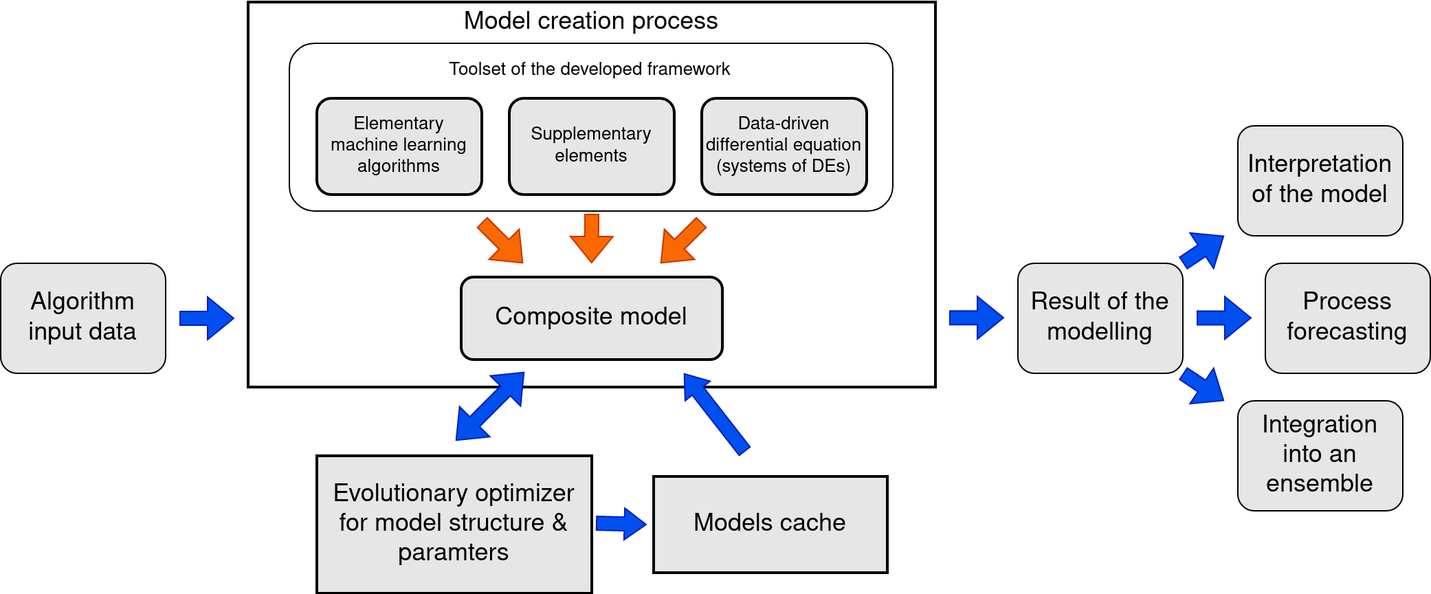
Above: Alg_scheme.drawio.png in ITMO-NSS-team/DynamicModelDesign (draw.io), before the change. Source tidied: cells renumbered, new cells last; positions are measured from the earlier drawing's top-left corner, leaving out a move shared by most shapes. The source it was exported from:
```xml
<mxGraphModel>
  <root>
    <mxCell id="0" />
    <mxCell id="1" parent="0" />
    <mxCell id="2" style="rounded=0;whiteSpace=wrap;html=1;strokeWidth=2;fillColor=none;" parent="1" vertex="1">
      <mxGeometry x="180" width="500" height="280" as="geometry" />
    </mxCell>
    <mxCell id="3" style="rounded=1;whiteSpace=wrap;html=1;strokeWidth=1;fontSize=18;" parent="1" vertex="1">
      <mxGeometry x="210" y="30" width="439" height="122" as="geometry" />
    </mxCell>
    <mxCell id="4" value="Elementary machine learning algorithms " style="rounded=1;whiteSpace=wrap;html=1;strokeWidth=2;fontSize=13;fillColor=#E6E6E6;" parent="1" vertex="1">
      <mxGeometry x="230" y="70" width="120" height="70" as="geometry" />
    </mxCell>
    <mxCell id="5" value="Supplementary elements" style="rounded=1;whiteSpace=wrap;html=1;strokeWidth=2;fontSize=13;fillColor=#E6E6E6;" parent="1" vertex="1">
      <mxGeometry x="370" y="70" width="120" height="70" as="geometry" />
    </mxCell>
    <mxCell id="6" value="Data-driven differential equation (systems of DEs)" style="rounded=1;whiteSpace=wrap;html=1;strokeWidth=2;fontSize=13;fillColor=#E6E6E6;" parent="1" vertex="1">
      <mxGeometry x="510" y="70" width="120" height="70" as="geometry" />
    </mxCell>
    <mxCell id="7" value="&lt;font style=&quot;font-size: 18px;&quot;&gt;Model creation process&lt;/font&gt;" style="text;html=1;strokeColor=none;fillColor=none;align=center;verticalAlign=middle;whiteSpace=wrap;rounded=0;strokeWidth=2;" parent="1" vertex="1">
      <mxGeometry x="297" width="266" height="30" as="geometry" />
    </mxCell>
    <mxCell id="8" value="&lt;font style=&quot;font-size: 18px;&quot;&gt;Composite model&lt;br&gt;&lt;/font&gt;" style="rounded=1;whiteSpace=wrap;html=1;strokeWidth=2;fontSize=18;fillColor=#E6E6E6;" parent="1" vertex="1">
      <mxGeometry x="335" y="200" width="190" height="60" as="geometry" />
    </mxCell>
    <mxCell id="9" style="shape=flexArrow;endArrow=classic;html=1;rounded=0;fontSize=18;fillColor=#fa6800;strokeColor=#C73500;" parent="1" edge="1">
      <mxGeometry relative="1" as="geometry">
        <mxPoint x="350" y="160" as="sourcePoint" />
        <mxPoint x="380" y="190" as="targetPoint" />
      </mxGeometry>
    </mxCell>
    <mxCell id="10" style="shape=flexArrow;endArrow=classic;html=1;rounded=0;fontSize=18;fillColor=#fa6800;strokeColor=#C73500;" parent="1" edge="1">
      <mxGeometry relative="1" as="geometry">
        <mxPoint x="510" y="160" as="sourcePoint" />
        <mxPoint x="480" y="190" as="targetPoint" />
      </mxGeometry>
    </mxCell>
    <mxCell id="11" style="shape=flexArrow;endArrow=classic;html=1;rounded=0;fontSize=18;fillColor=#fa6800;strokeColor=#C73500;" parent="1" edge="1">
      <mxGeometry relative="1" as="geometry">
        <mxPoint x="430" y="154" as="sourcePoint" />
        <mxPoint x="429.8" y="190" as="targetPoint" />
      </mxGeometry>
    </mxCell>
    <mxCell id="12" value="Evolutionary optimizer for model structure &amp;amp; paramters" style="rounded=0;whiteSpace=wrap;html=1;strokeWidth=2;fontSize=18;fillColor=#E6E6E6;" parent="1" vertex="1">
      <mxGeometry x="230" y="330" width="200" height="100" as="geometry" />
    </mxCell>
    <mxCell id="13" value="Models cache" style="rounded=0;whiteSpace=wrap;html=1;strokeWidth=2;fontSize=18;fillColor=#E6E6E6;" parent="1" vertex="1">
      <mxGeometry x="475" y="345" width="170" height="70" as="geometry" />
    </mxCell>
    <mxCell id="14" style="shape=flexArrow;endArrow=classic;startArrow=classic;html=1;rounded=0;fontSize=18;fillColor=#0050ef;strokeColor=#001DBC;" parent="1" edge="1">
      <mxGeometry relative="1" as="geometry">
        <mxPoint x="331" y="319" as="sourcePoint" />
        <mxPoint x="381" y="269" as="targetPoint" />
      </mxGeometry>
    </mxCell>
    <mxCell id="15" style="shape=flexArrow;endArrow=classic;html=1;rounded=0;fontSize=18;fillColor=#0050ef;strokeColor=#001DBC;endWidth=12;endSize=4.92;" parent="1" edge="1">
      <mxGeometry relative="1" as="geometry">
        <mxPoint x="433" y="379" as="sourcePoint" />
        <mxPoint x="470" y="380" as="targetPoint" />
      </mxGeometry>
    </mxCell>
    <mxCell id="16" style="shape=flexArrow;endArrow=classic;html=1;rounded=0;fontSize=18;fillColor=#0050ef;strokeColor=#001DBC;endWidth=12;endSize=4.92;" parent="1" edge="1">
      <mxGeometry relative="1" as="geometry">
        <mxPoint x="541.5" y="327" as="sourcePoint" />
        <mxPoint x="497" y="270" as="targetPoint" />
      </mxGeometry>
    </mxCell>
    <mxCell id="17" value="&lt;font style=&quot;font-size: 13px;&quot;&gt;Toolset of the developed framework&lt;/font&gt;" style="text;html=1;strokeColor=none;fillColor=none;align=center;verticalAlign=middle;whiteSpace=wrap;rounded=0;strokeWidth=2;" parent="1" vertex="1">
      <mxGeometry x="296" y="35" width="266" height="30" as="geometry" />
    </mxCell>
    <mxCell id="18" value="Algorithm input data" style="rounded=1;whiteSpace=wrap;html=1;strokeWidth=1;fontSize=18;fillColor=#E6E6E6;" parent="1" vertex="1">
      <mxGeometry y="190" width="120" height="80" as="geometry" />
    </mxCell>
    <mxCell id="19" style="shape=flexArrow;endArrow=classic;html=1;rounded=0;fontSize=18;fillColor=#0050ef;strokeColor=#001DBC;" parent="1" edge="1">
      <mxGeometry relative="1" as="geometry">
        <mxPoint x="130" y="230" as="sourcePoint" />
        <mxPoint x="170" y="230" as="targetPoint" />
      </mxGeometry>
    </mxCell>
    <mxCell id="20" value="Result of the modelling" style="rounded=1;whiteSpace=wrap;html=1;strokeWidth=1;fontSize=18;fillColor=#E6E6E6;" parent="1" vertex="1">
      <mxGeometry x="740" y="190" width="120" height="80" as="geometry" />
    </mxCell>
    <mxCell id="21" style="shape=flexArrow;endArrow=classic;html=1;rounded=0;fontSize=18;fillColor=#0050ef;strokeColor=#001DBC;" parent="1" edge="1">
      <mxGeometry relative="1" as="geometry">
        <mxPoint x="690" y="229.6" as="sourcePoint" />
        <mxPoint x="730" y="229.6" as="targetPoint" />
      </mxGeometry>
    </mxCell>
    <mxCell id="22" value="Interpretation of the model" style="rounded=1;whiteSpace=wrap;html=1;strokeWidth=1;fontSize=18;fillColor=#E6E6E6;" parent="1" vertex="1">
      <mxGeometry x="900" y="90" width="120" height="80" as="geometry" />
    </mxCell>
    <mxCell id="23" style="shape=flexArrow;endArrow=classic;html=1;rounded=0;fontSize=18;fillColor=#0050ef;strokeColor=#001DBC;" parent="1" edge="1">
      <mxGeometry relative="1" as="geometry">
        <mxPoint x="860" y="190" as="sourcePoint" />
        <mxPoint x="890" y="170" as="targetPoint" />
      </mxGeometry>
    </mxCell>
    <mxCell id="24" style="shape=flexArrow;endArrow=classic;html=1;rounded=0;fontSize=18;fillColor=#0050ef;strokeColor=#001DBC;" parent="1" edge="1">
      <mxGeometry relative="1" as="geometry">
        <mxPoint x="860" y="270" as="sourcePoint" />
        <mxPoint x="890" y="290" as="targetPoint" />
      </mxGeometry>
    </mxCell>
    <mxCell id="25" value="Process forecasting" style="rounded=1;whiteSpace=wrap;html=1;strokeWidth=1;fontSize=18;fillColor=#E6E6E6;" parent="1" vertex="1">
      <mxGeometry x="920" y="190" width="120" height="80" as="geometry" />
    </mxCell>
    <mxCell id="26" style="shape=flexArrow;endArrow=classic;html=1;rounded=0;fontSize=18;fillColor=#0050ef;strokeColor=#001DBC;" parent="1" edge="1">
      <mxGeometry relative="1" as="geometry">
        <mxPoint x="870" y="229.7" as="sourcePoint" />
        <mxPoint x="910" y="229.7" as="targetPoint" />
      </mxGeometry>
    </mxCell>
    <mxCell id="27" value="Integration into an ensemble" style="rounded=1;whiteSpace=wrap;html=1;strokeWidth=1;fontSize=18;fillColor=#E6E6E6;" parent="1" vertex="1">
      <mxGeometry x="900" y="290" width="120" height="80" as="geometry" />
    </mxCell>
  </root>
</mxGraphModel>
```
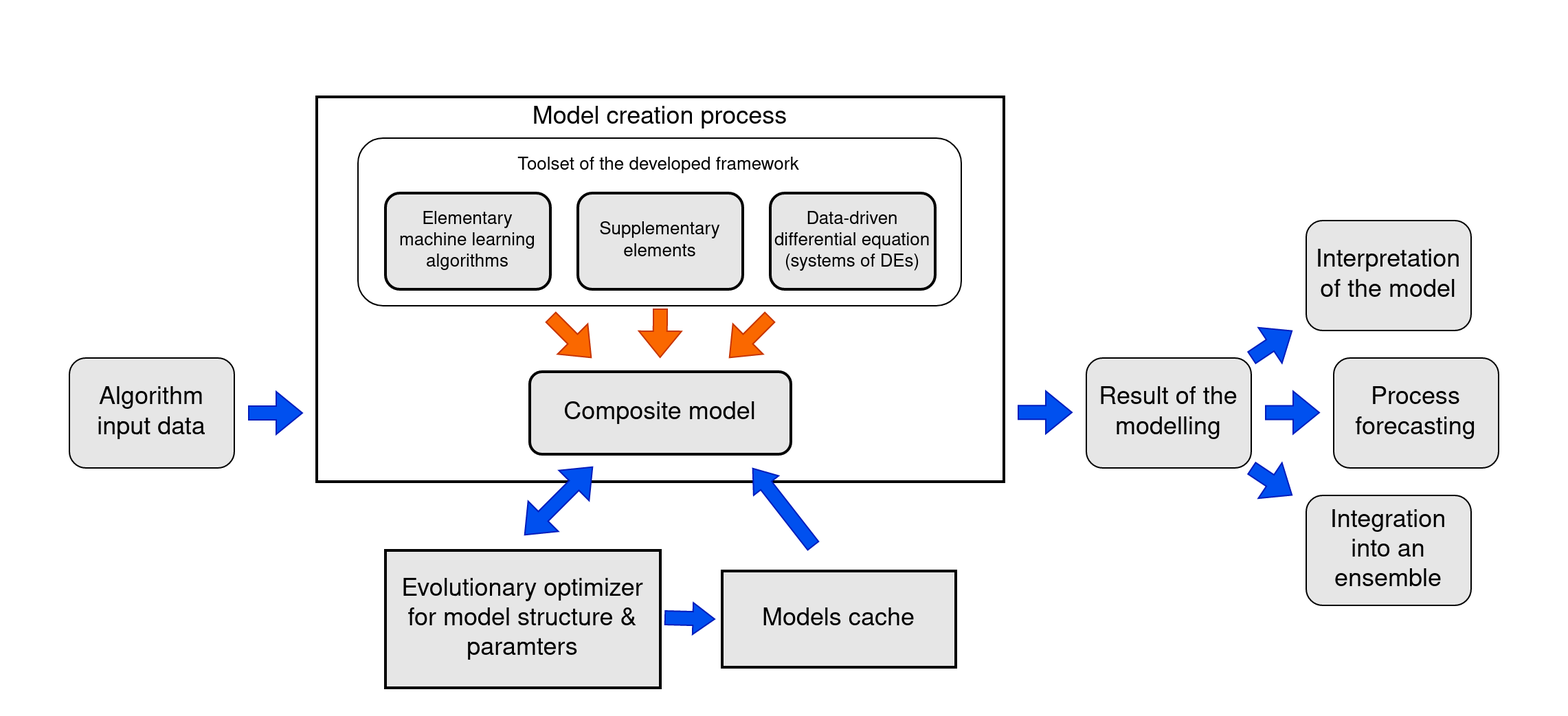
After the commit.

Change to the diagram source:
```diff
@@ -2,6 +2,9 @@
   <root>
     <mxCell id="0" />
     <mxCell id="1" parent="0" />
+    <mxCell id="28" style="rounded=0;whiteSpace=wrap;html=1;strokeWidth=1;fontSize=13;strokeColor=#FFFFFF;" parent="1" vertex="1">
+      <mxGeometry x="-50" y="-70" width="1140" height="520" as="geometry" />
+    </mxCell>
     <mxCell id="2" style="rounded=0;whiteSpace=wrap;html=1;strokeWidth=2;fillColor=none;" parent="1" vertex="1">
       <mxGeometry x="180" width="500" height="280" as="geometry" />
     </mxCell>
```
